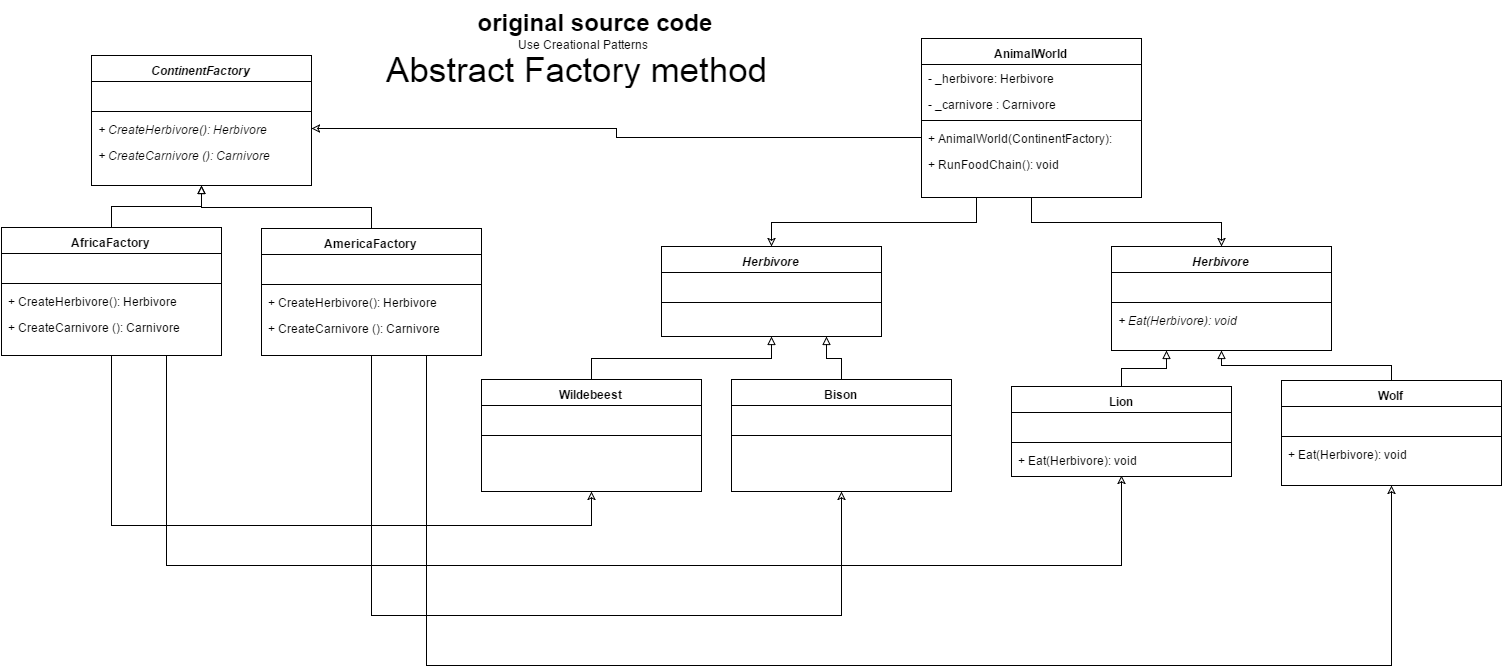
Earlier version of the draw.io export week6/Lab601/Original Diagram.png (cpe200-158-sec1-0549/week-6). Source tidied: cells renumbered, new cells last; positions are measured from the earlier drawing's top-left corner, leaving out a move shared by most shapes.
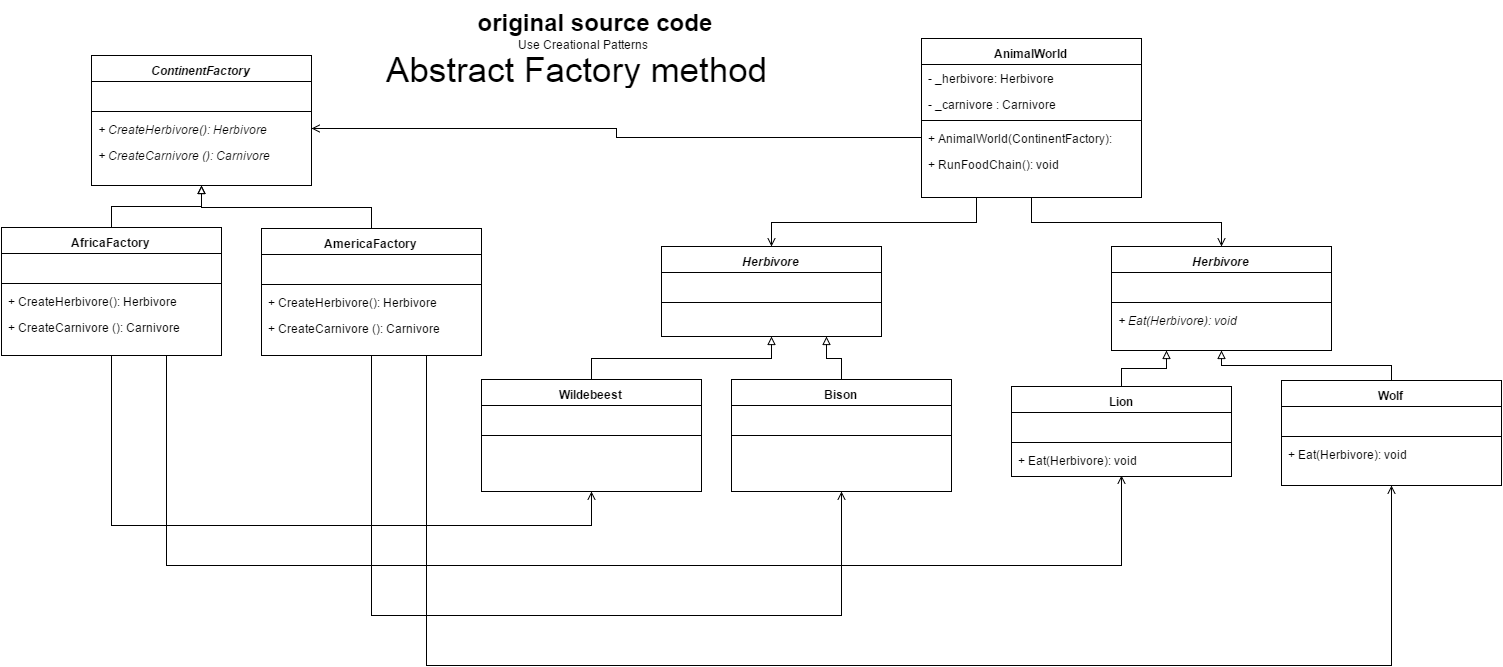
After the commit.

Commit message:
Lab 601 Fix pic

What changed in the source:
```diff
@@ -162,7 +162,7 @@
     <mxCell id="52" style="edgeStyle=orthogonalEdgeStyle;rounded=0;html=1;exitX=0.5;exitY=0;entryX=0.5;entryY=1;startArrow=none;startFill=0;endArrow=block;endFill=0;" parent="1" edge="1" source="34" target="20">
       <mxGeometry relative="1" as="geometry" />
     </mxCell>
-    <mxCell id="53" style="edgeStyle=orthogonalEdgeStyle;rounded=0;html=1;exitX=0.5;exitY=1;entryX=0.5;entryY=1;startArrow=none;startFill=0;endArrow=classic;endFill=0;" parent="1" edge="1" source="5" target="24">
+    <mxCell id="53" style="edgeStyle=orthogonalEdgeStyle;rounded=0;html=1;exitX=0.5;exitY=1;entryX=0.5;entryY=1;startArrow=none;startFill=0;endArrow=open;endFill=1;" parent="1" edge="1" source="5" target="24">
       <mxGeometry relative="1" as="geometry">
         <Array as="points">
           <mxPoint x="110" y="524" />
@@ -170,7 +170,7 @@
         </Array>
       </mxGeometry>
     </mxCell>
-    <mxCell id="54" style="edgeStyle=orthogonalEdgeStyle;rounded=0;html=1;exitX=0.75;exitY=1;startArrow=none;startFill=0;endArrow=classic;endFill=0;" parent="1" edge="1" source="5">
+    <mxCell id="54" style="edgeStyle=orthogonalEdgeStyle;rounded=0;html=1;exitX=0.75;exitY=1;startArrow=none;startFill=0;endArrow=open;endFill=1;" parent="1" edge="1" source="5">
       <mxGeometry relative="1" as="geometry">
         <mxPoint x="1120" y="474" as="targetPoint" />
         <Array as="points">
@@ -179,7 +179,7 @@
         </Array>
       </mxGeometry>
     </mxCell>
-    <mxCell id="55" style="edgeStyle=orthogonalEdgeStyle;rounded=0;html=1;exitX=0.5;exitY=1;entryX=0.5;entryY=1;startArrow=none;startFill=0;endArrow=classic;endFill=0;" parent="1" edge="1" source="10" target="31">
+    <mxCell id="55" style="edgeStyle=orthogonalEdgeStyle;rounded=0;html=1;exitX=0.5;exitY=1;entryX=0.5;entryY=1;startArrow=none;startFill=0;endArrow=open;endFill=1;" parent="1" edge="1" source="10" target="31">
       <mxGeometry relative="1" as="geometry">
         <Array as="points">
           <mxPoint x="370" y="614" />
@@ -187,7 +187,7 @@
         </Array>
       </mxGeometry>
     </mxCell>
-    <mxCell id="56" style="edgeStyle=orthogonalEdgeStyle;rounded=0;html=1;exitX=0.75;exitY=1;entryX=0.5;entryY=1;startArrow=none;startFill=0;endArrow=classic;endFill=0;" parent="1" edge="1" source="10" target="34">
+    <mxCell id="56" style="edgeStyle=orthogonalEdgeStyle;rounded=0;html=1;exitX=0.75;exitY=1;entryX=0.5;entryY=1;startArrow=none;startFill=0;endArrow=open;endFill=1;" parent="1" edge="1" source="10" target="34">
       <mxGeometry relative="1" as="geometry">
         <Array as="points">
           <mxPoint x="424" y="664" />
@@ -195,13 +195,13 @@
         </Array>
       </mxGeometry>
     </mxCell>
-    <mxCell id="57" style="edgeStyle=orthogonalEdgeStyle;rounded=0;html=1;exitX=0.5;exitY=1;entryX=0.5;entryY=0;startArrow=none;startFill=0;endArrow=classic;endFill=0;" parent="1" edge="1" source="38" target="20">
+    <mxCell id="57" style="edgeStyle=orthogonalEdgeStyle;rounded=0;html=1;exitX=0.5;exitY=1;entryX=0.5;entryY=0;startArrow=none;startFill=0;endArrow=open;endFill=1;" parent="1" edge="1" source="38" target="20">
       <mxGeometry relative="1" as="geometry" />
     </mxCell>
-    <mxCell id="58" style="edgeStyle=orthogonalEdgeStyle;rounded=0;html=1;exitX=0.25;exitY=1;entryX=0.5;entryY=0;startArrow=none;startFill=0;endArrow=classic;endFill=0;" parent="1" edge="1" source="38" target="2">
+    <mxCell id="58" style="edgeStyle=orthogonalEdgeStyle;rounded=0;html=1;exitX=0.25;exitY=1;entryX=0.5;entryY=0;startArrow=none;startFill=0;endArrow=open;endFill=1;" parent="1" edge="1" source="38" target="2">
       <mxGeometry relative="1" as="geometry" />
     </mxCell>
-    <mxCell id="59" style="edgeStyle=orthogonalEdgeStyle;rounded=0;html=1;exitX=0;exitY=0.5;entryX=1;entryY=0.5;endArrow=classic;endFill=0;" parent="1" edge="1" source="42" target="18">
+    <mxCell id="59" style="edgeStyle=orthogonalEdgeStyle;rounded=0;html=1;exitX=0;exitY=0.5;entryX=1;entryY=0.5;endArrow=open;endFill=1;" parent="1" edge="1" source="42" target="18">
       <mxGeometry relative="1" as="geometry" />
     </mxCell>
   </root>
```
